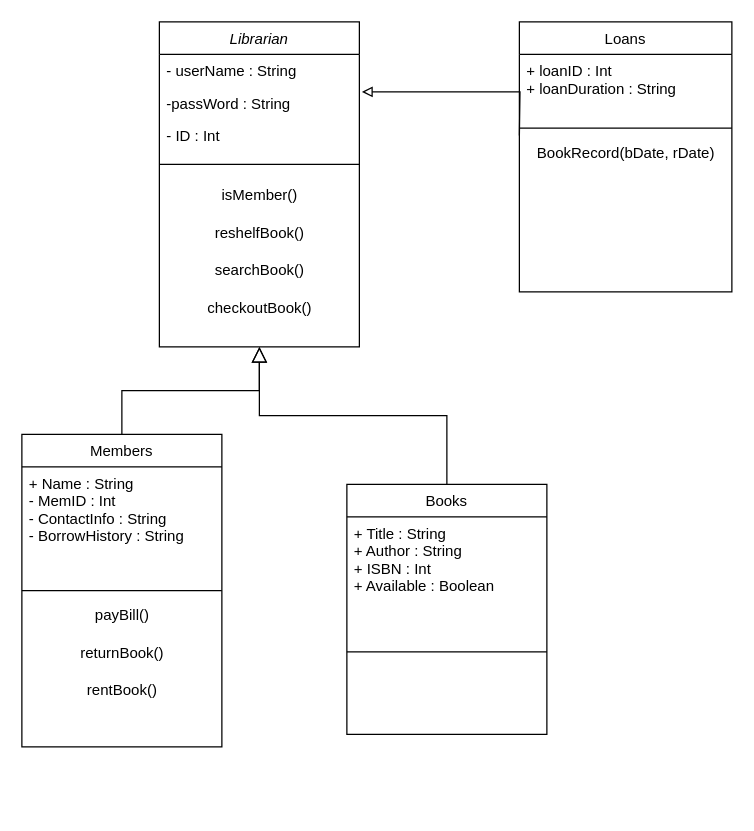
Earlier version of the draw.io diagram Untitled Diagram.drawio (Twpendleton/ClassUMLDiagram). Source tidied: cells renumbered, new cells numbered last; positions are measured from the earlier drawing's top-left corner, leaving out a move shared by most shapes. Both pictures are drawn from the tidied source at 125%, with x=0, y=0 at pixel (21, 21).
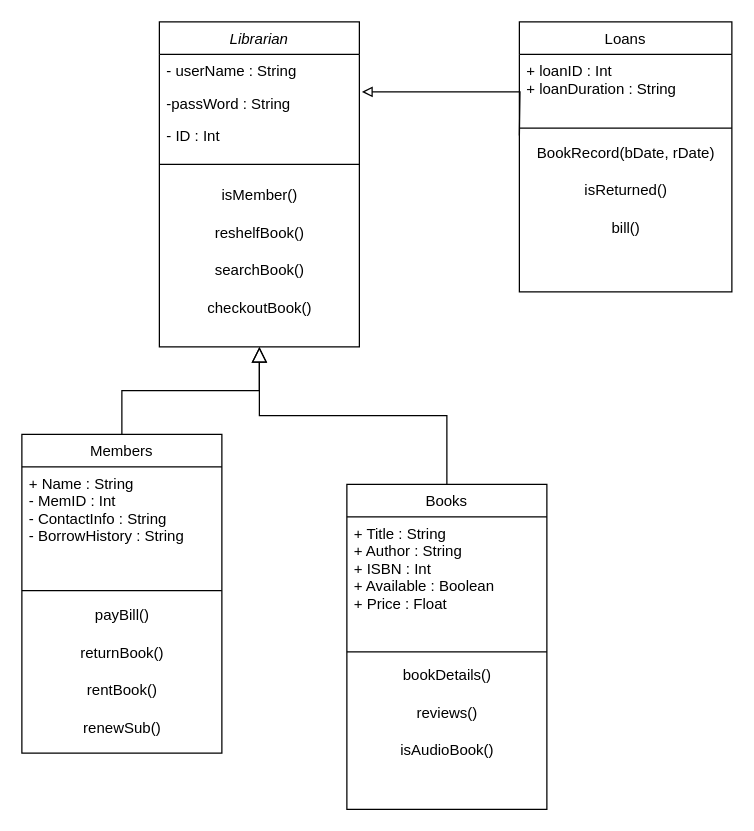
After the change.

Commit message:
filled out classes.drawio

Unchanged cells that the change refers to:
```xml
<mxCell id="22" value="Loans" style="swimlane;fontStyle=0;align=center;verticalAlign=top;horizontal=1;startSize=26;rounded=0;shadow=0;strokeWidth=1;" parent="1" vertex="1">
  <mxGeometry x="398" width="170" height="216" as="geometry" />
</mxCell>
```

Diff of the diagram source:
```diff
@@
     <mxCell id="11" value="Members" style="swimlane;fontStyle=0;align=center;verticalAlign=top;horizontal=1;startSize=26;rounded=0;shadow=0;strokeWidth=1;" parent="1" vertex="1">
-      <mxGeometry y="330" width="160" height="250" as="geometry" />
+      <mxGeometry y="330" width="160" height="255" as="geometry" />
     </mxCell>
@@
+    <mxCell id="27" value="renewSub()" style="text;html=1;align=center;verticalAlign=middle;strokeColor=none;fillColor=none;" parent="11" vertex="1">
+      <mxGeometry y="220" width="160" height="30" as="geometry" />
+    </mxCell>
@@
     <mxCell id="18" value="Books" style="swimlane;fontStyle=0;align=center;verticalAlign=top;horizontal=1;startSize=26;rounded=0;shadow=0;strokeWidth=1;" parent="1" vertex="1">
-      <mxGeometry x="260" y="370" width="160" height="200" as="geometry" />
+      <mxGeometry x="260" y="370" width="160" height="260" as="geometry" />
     </mxCell>
-    <mxCell id="19" value="+ Title : String&#10;+ Author : String&#10;+ ISBN : Int&#10;+ Available : Boolean" style="text;align=left;verticalAlign=top;spacingLeft=4;spacingRight=4;overflow=hidden;" parent="18" vertex="1">
+    <mxCell id="19" value="+ Title : String&#10;+ Author : String&#10;+ ISBN : Int&#10;+ Available : Boolean&#10;+ Price : Float" style="text;align=left;verticalAlign=top;spacingLeft=4;spacingRight=4;overflow=hidden;" parent="18" vertex="1">
       <mxGeometry y="26" width="160" height="104" as="geometry" />
     </mxCell>
@@
+    <mxCell id="28" value="bookDetails()" style="text;html=1;align=center;verticalAlign=middle;strokeColor=none;fillColor=none;" parent="18" vertex="1">
+      <mxGeometry y="138" width="160" height="30" as="geometry" />
+    </mxCell>
+    <mxCell id="29" value="reviews()" style="text;html=1;align=center;verticalAlign=middle;strokeColor=none;fillColor=none;" parent="18" vertex="1">
+      <mxGeometry y="168" width="160" height="30" as="geometry" />
+    </mxCell>
+    <mxCell id="30" value="isAudioBook()" style="text;html=1;align=center;verticalAlign=middle;strokeColor=none;fillColor=none;" parent="18" vertex="1">
+      <mxGeometry y="198" width="160" height="30" as="geometry" />
+    </mxCell>
@@
+    <mxCell id="31" value="isReturned()" style="text;html=1;align=center;verticalAlign=middle;strokeColor=none;fillColor=none;" parent="22" vertex="1">
+      <mxGeometry y="120" width="170" height="30" as="geometry" />
+    </mxCell>
+    <mxCell id="32" value="bill()" style="text;html=1;align=center;verticalAlign=middle;strokeColor=none;fillColor=none;" parent="22" vertex="1">
+      <mxGeometry y="150" width="170" height="30" as="geometry" />
+    </mxCell>
```
